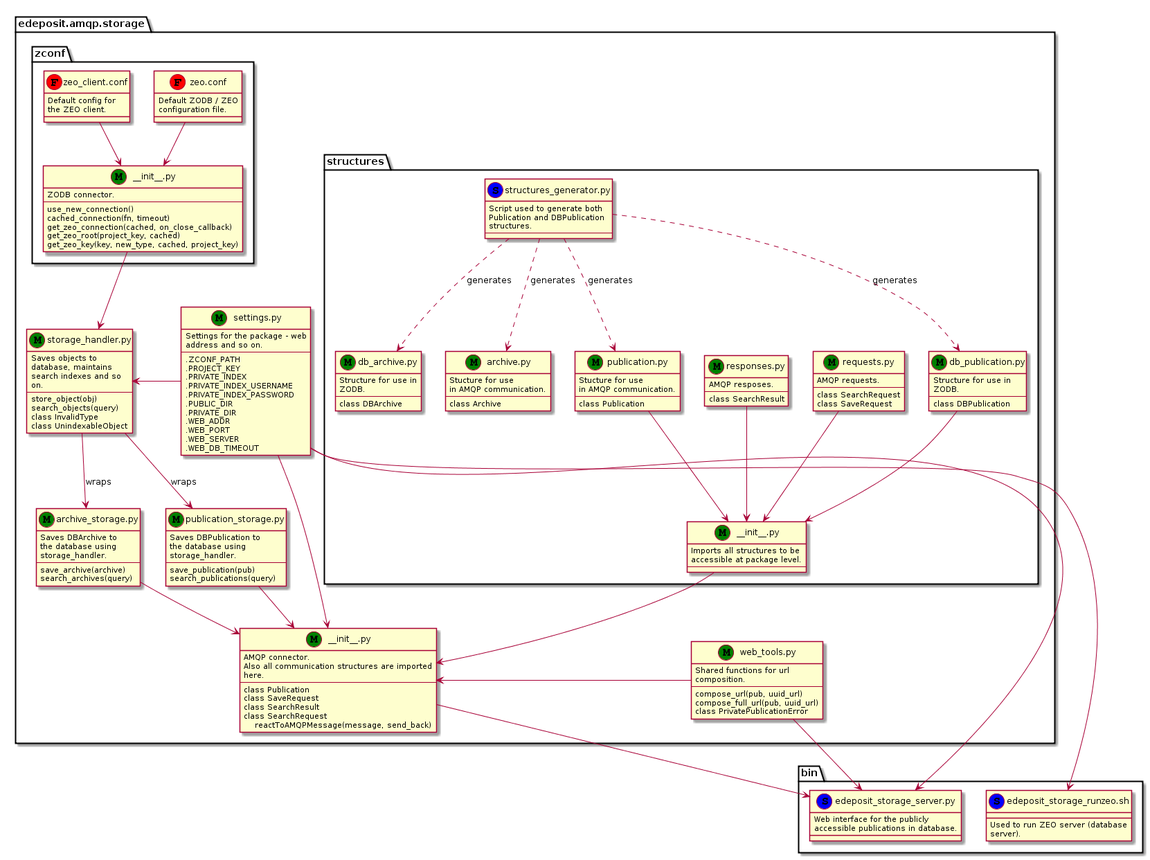
The PlantUML diagram docs/_static/relations.png in edeposit/edeposit.amqp.storage, before a commit.
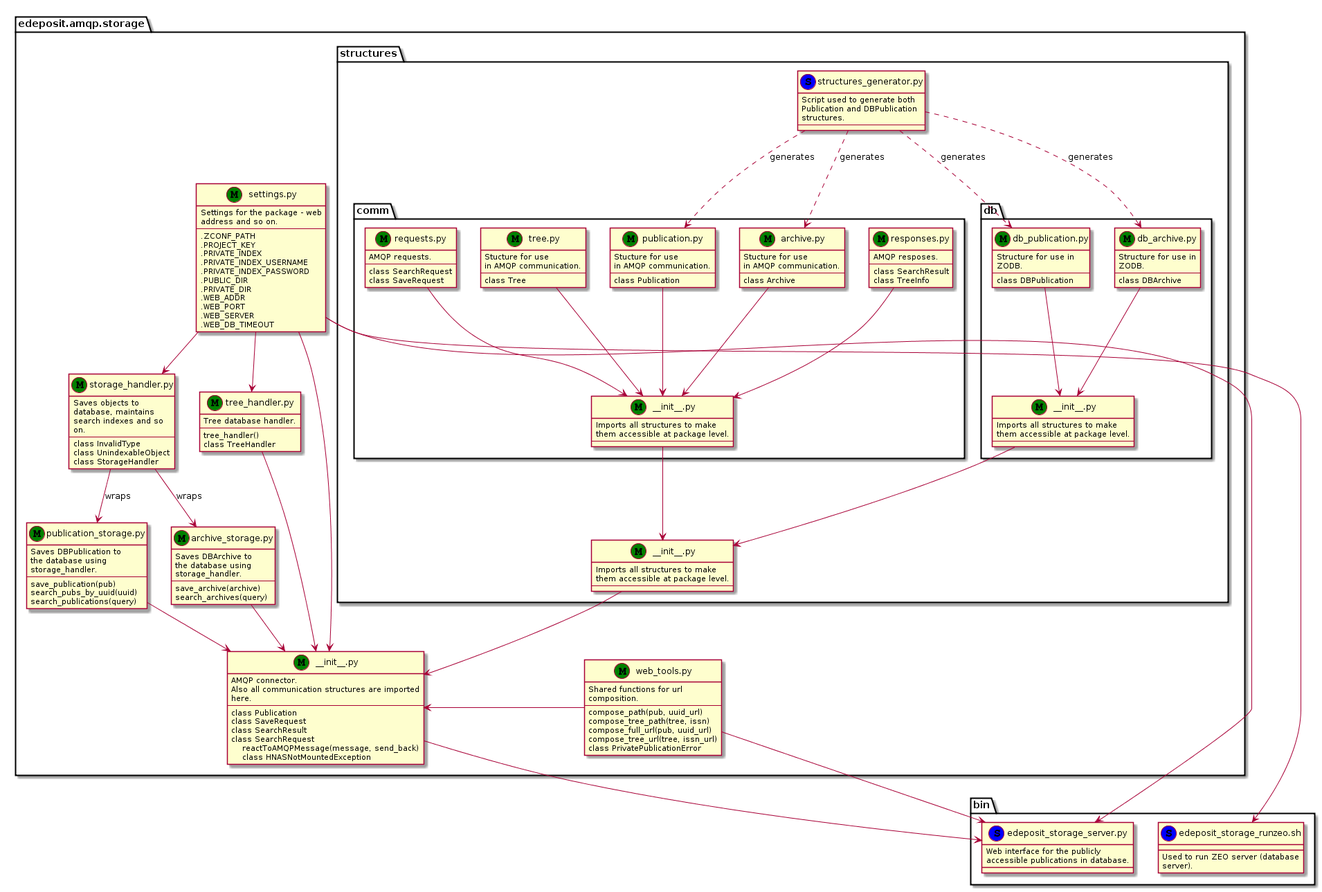
After the commit.

Commit message:
#47: Updated relations diagram.

Diff of the diagram source:
```diff
@@ -1,45 +1,70 @@
 @startuml
 package edeposit.amqp.storage {
     package structures {
-        class struct_init as "_?_init__.py" <<M, Green>> {
-            Imports all structures to be
-            accessible at package level.
-            ---
+        package comm {
+            class publication as "publication.py" <<M, Green>> {
+                Stucture for use
+                in AMQP communication.
+                ---
+                class Publication
+            }
+            class archive as "archive.py" <<M, Green>> {
+                Stucture for use
+                in AMQP communication.
+                ---
+                class Archive
+            }
+            class tree as "tree.py" <<M, Green>> {
+                Stucture for use
+                in AMQP communication.
+                ---
+                class Tree
+            }
+            class requests as "requests.py" <<M, Green>> {
+                AMQP requests.
+                ---
+                class SearchRequest
+                class SaveRequest
+            }
+            class responses as "responses.py" <<M, Green>> {
+                AMQP resposes.
+                ---
+                class SearchResult
+                class TreeInfo
+            }
+            class comm_init as "_?_init__.py" <<M, Green>> {
+                Imports all structures to make
+                them accessible at package level.
+                ---
+            }
+
+            publication -d-> comm_init
+            archive -d-> comm_init
+            tree -d-> comm_init
+            requests -d-> comm_init
+            responses -d-> comm_init
         }
-        class publication as "publication.py" <<M, Green>> {
-            Stucture for use
-            in AMQP communication.
-            ---
-            class Publication
-        }
-        class archive as "archive.py" <<M, Green>> {
-            Stucture for use
-            in AMQP communication.
-            ---
-            class Archive
-        }
-        class db_publication as "db_publication.py" <<M, Green>> {
-            Structure for use in
-            ZODB.
-            ---
-            class DBPublication
-        }
-        class db_archive as "db_archive.py" <<M, Green>> {
-            Structure for use in
-            ZODB.
-            ---
-            class DBArchive
-        }
-        class requests as "requests.py" <<M, Green>> {
-            AMQP requests.
-            ---
-            class SearchRequest
-            class SaveRequest
-        }
-        class responses as "responses.py" <<M, Green>> {
-            AMQP resposes.
-            ---
-            class SearchResult
+        package db {
+            class db_publication as "db_publication.py" <<M, Green>> {
+                Structure for use in
+                ZODB.
+                ---
+                class DBPublication
+            }
+            class db_archive as "db_archive.py" <<M, Green>> {
+                Structure for use in
+                ZODB.
+                ---
+                class DBArchive
+            }
+            class db_init as "_?_init__.py" <<M, Green>> {
+                Imports all structures to make
+                them accessible at package level.
+                ---
+            }
+
+            db_publication -d-> db_init
+            db_archive -d-> db_init
         }
         class structures_generator as "structures_generator.py" <<S, Blue>> {
             Script used to generate both
@@ -47,40 +72,20 @@
             structures.
             ---
         }
+        class struct_init as "_?_init__.py" <<M, Green>> {
+            Imports all structures to make
+            them accessible at package level.
+            ---
+        }
+
+        comm_init -d-> struct_init
+        db_init -d-> struct_init
+
+        structures_generator .d.> archive: generates
+        structures_generator .d.> publication: generates
+        structures_generator .d.> db_archive: generates
+        structures_generator .d.> db_publication: generates
     }
-    publication -d-> struct_init
-    db_publication -d-> struct_init
-    requests -d-> struct_init
-    responses -d-> struct_init
-
-    structures_generator .d.> archive: generates
-    structures_generator .d.> publication: generates
-    structures_generator .d.> db_archive: generates
-    structures_generator .d.> db_publication: generates
-
-
-    package zconf {
-        class zinit as "_?_init__.py" <<M, Green>> {
-            ZODB connector.
-            ---
-            use_new_connection()
-            cached_connection(fn, timeout)
-            get_zeo_connection(cached, on_close_callback)
-            get_zeo_root(project_key, cached)
-            get_zeo_key(key, new_type, cached, project_key)
-        }
-        class zeo as "zeo.conf" <<F, Red>> {
-            Default ZODB / ZEO
-            configuration file.
-        }
-        class zeo_client as "zeo_client.conf" <<F, Red>> {
-            Default config for
-            the ZEO client.
-        }
-    }
-    zeo -d-> zinit
-    zeo_client -d-> zinit
-
 
     class init as "_?_init__.py" <<M, Green>> {
         AMQP connector.
@@ -93,6 +98,7 @@
         class SearchResult
         class SearchRequest
             reactToAMQPMessage(message, send_back)
+            class HNASNotMountedException
     }
     class storage_handler as "storage_handler.py" <<M, Green>> {
         Saves objects to
@@ -100,10 +106,15 @@
         search indexes and so
         on.
         ---
-        store_object(obj)
-        search_objects(query)
         class InvalidType
         class UnindexableObject
+        class StorageHandler
+    }
+    class tree_handler as "tree_handler.py" <<M, Green>> {
+        Tree database handler.
+        ---
+        tree_handler()
+        class TreeHandler
     }
     class archive_storage as "archive_storage.py" <<M, Green>> {
         Saves DBArchive to
@@ -119,14 +130,17 @@
         storage_handler.
         ---
         save_publication(pub)
+        search_pubs_by_uuid(uuid)
         search_publications(query)
     }
     class web_tools as "web_tools.py" <<M, Green>> {
         Shared functions for url
         composition.
         ---
-        compose_url(pub, uuid_url)
+        compose_path(pub, uuid_url)
+        compose_tree_path(tree, issn)
         compose_full_url(pub, uuid_url)
+        compose_tree_url(tree, issn_url)
         class PrivatePublicationError
     }
     class settings as "settings.py" <<M, Green>> {
@@ -146,14 +160,15 @@
         .WEB_DB_TIMEOUT
     }
     struct_init -d-> init
-    zinit -d-> storage_handler
 
-    settings -r> storage_handler
+    settings -d-> storage_handler
+    settings -d-> tree_handler
     settings -d-> init
 
     storage_handler -d-> archive_storage: wraps
     storage_handler -d-> publication_storage: wraps
 
+    tree_handler -d-> init
     archive_storage -d-> init
     publication_storage -d-> init
 }
```
